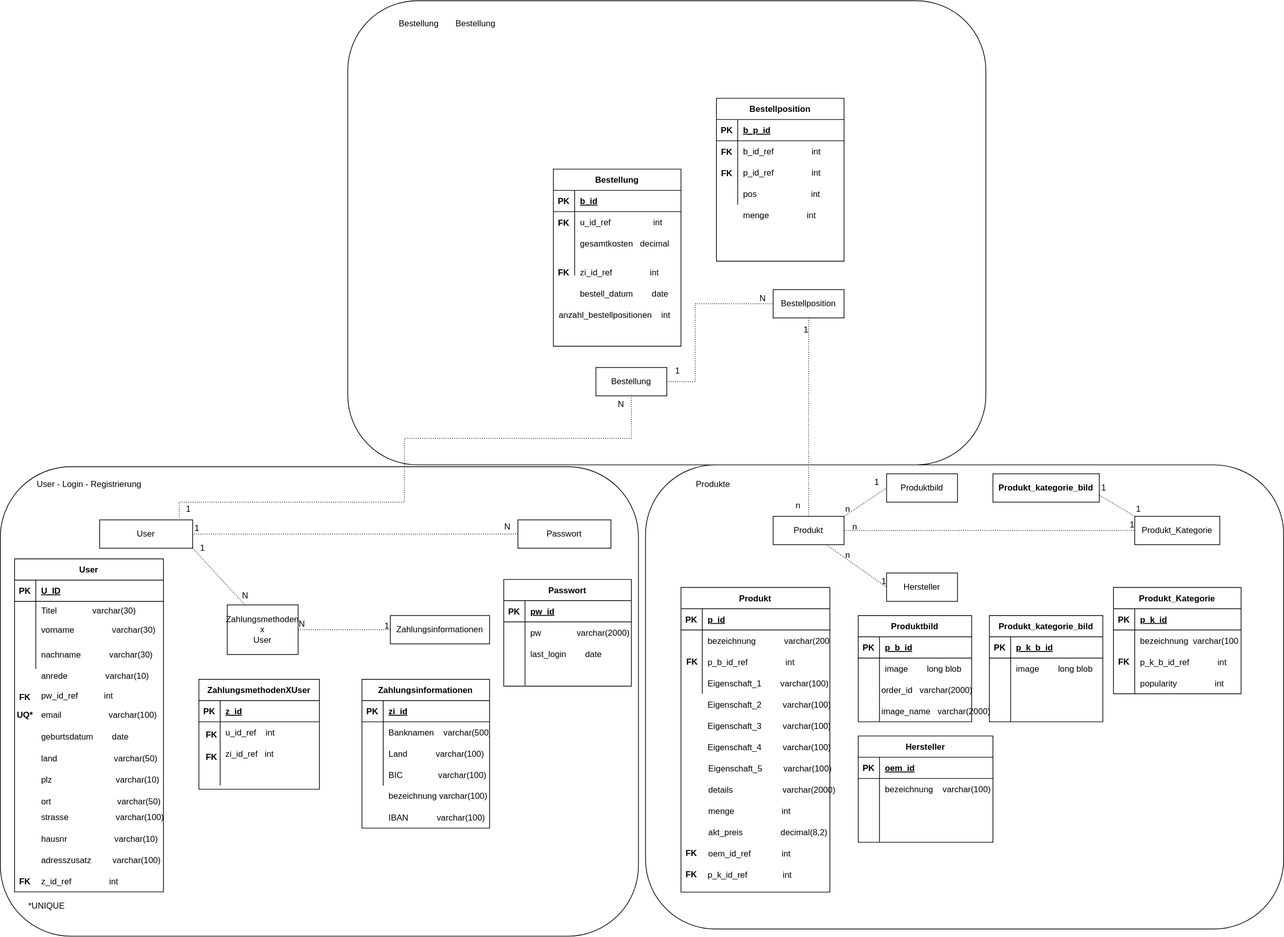
Above: sql/ER-Modell.drawio.svg in Projektarbeiten/ProjectPlatypus (draw.io), before the change. Source tidied: cells renumbered, new cells last; positions are measured from the earlier drawing's top-left corner, leaving out a move shared by most shapes.
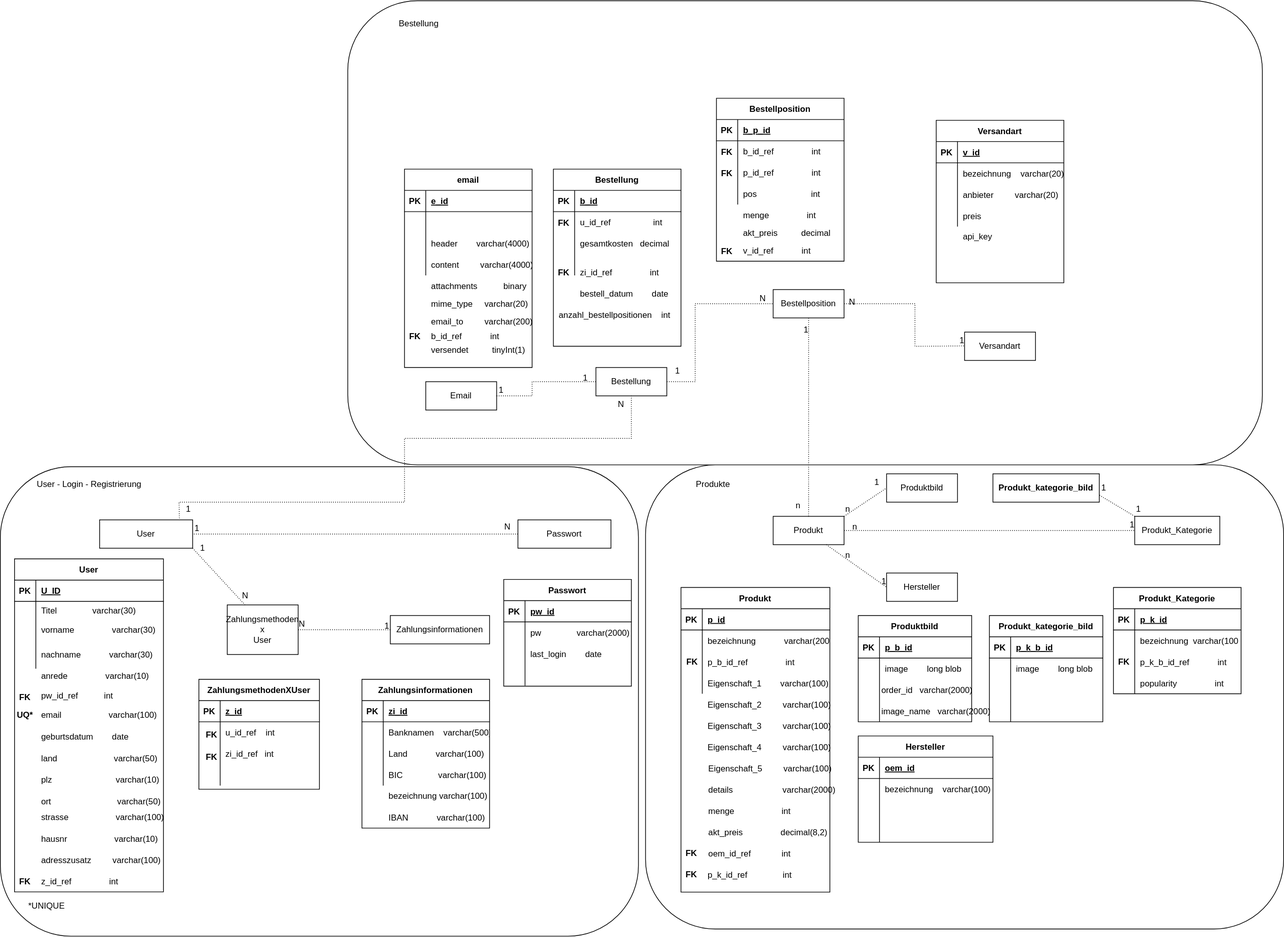
Later version of the same file.

Commit message:
Versandarten und Email Tabelle hinzugefügt

Diff of the diagram source:
```diff
@@ -555,7 +555,7 @@
       <mxGeometry x="970" y="668" width="70" height="30" as="geometry" />
     </mxCell>
     <mxCell id="182" style="rounded=1;whiteSpace=wrap;html=1;" parent="1" vertex="1">
-      <mxGeometry x="490" y="0.4" width="900" height="655" as="geometry" />
+      <mxGeometry x="490" y="0.4" width="1290" height="655" as="geometry" />
     </mxCell>
     <mxCell id="183" value="Bestellung" style="whiteSpace=wrap;html=1;align=center;" parent="1" vertex="1">
       <mxGeometry x="840" y="518" width="100" height="40" as="geometry" />
@@ -726,9 +726,6 @@
     <mxCell id="232" value="Bestellung" style="text;html=1;align=center;verticalAlign=middle;strokeColor=none;fillColor=none;" parent="1" vertex="1">
       <mxGeometry x="550" y="18" width="80" height="30" as="geometry" />
     </mxCell>
-    <mxCell id="233" value="Bestellung" style="text;html=1;align=center;verticalAlign=middle;strokeColor=none;fillColor=none;" parent="1" vertex="1">
-      <mxGeometry x="630" y="18" width="80" height="30" as="geometry" />
-    </mxCell>
     <mxCell id="234" style="shape=tableRow;horizontal=0;startSize=0;swimlaneHead=0;swimlaneBody=0;fillColor=none;top=0;left=0;right=0;bottom=0;" parent="1" vertex="1">
       <mxGeometry x="510" y="1138" width="180" height="30" as="geometry" />
     </mxCell>
@@ -744,5 +741,158 @@
     <mxCell id="238" value="image_name   varchar(2000)" style="shape=partialRectangle;fillColor=none;top=0;left=0;bottom=0;right=0;align=left;spacingLeft=6;overflow=hidden;" parent="1" vertex="1">
       <mxGeometry x="1235" y="988" width="165" height="30" as="geometry" />
     </mxCell>
+    <mxCell id="239" style="group;" parent="1" vertex="1">
+      <mxGeometry x="1320" y="169.1" width="180" height="229.3" as="geometry" />
+    </mxCell>
+    <mxCell id="240" value="Versandart" style="shape=table;startSize=30;rowLines=0;fontStyle=1;align=center;" parent="239" vertex="1">
+      <mxGeometry width="180" height="229.3" as="geometry" />
+    </mxCell>
+    <mxCell id="241" style="shape=tableRow;horizontal=0;startSize=0;swimlaneHead=0;swimlaneBody=0;fillColor=none;top=0;left=0;right=0;bottom=1;" parent="240" vertex="1">
+      <mxGeometry y="30" width="180" height="30" as="geometry" />
+    </mxCell>
+    <mxCell id="242" value="PK" style="shape=partialRectangle;fillColor=none;top=0;left=0;bottom=0;right=0;fontStyle=1;overflow=hidden;" parent="241" vertex="1">
+      <mxGeometry width="30" height="30" as="geometry" />
+    </mxCell>
+    <mxCell id="243" value="v_id" style="shape=partialRectangle;fillColor=none;top=0;left=0;bottom=0;right=0;align=left;spacingLeft=6;fontStyle=5;overflow=hidden;" parent="241" vertex="1">
+      <mxGeometry x="30" width="150" height="30" as="geometry" />
+    </mxCell>
+    <mxCell id="244" style="shape=tableRow;horizontal=0;startSize=0;swimlaneHead=0;swimlaneBody=0;fillColor=none;top=0;left=0;right=0;bottom=0;" parent="240" vertex="1">
+      <mxGeometry y="60" width="180" height="30" as="geometry" />
+    </mxCell>
+    <mxCell id="245" style="shape=partialRectangle;fillColor=none;top=0;left=0;bottom=0;right=0;overflow=hidden;" parent="244" vertex="1">
+      <mxGeometry width="30" height="30" as="geometry" />
+    </mxCell>
+    <mxCell id="246" value="bezeichnung    varchar(20)" style="shape=partialRectangle;fillColor=none;top=0;left=0;bottom=0;right=0;align=left;spacingLeft=6;overflow=hidden;" parent="244" vertex="1">
+      <mxGeometry x="30" width="150" height="30" as="geometry" />
+    </mxCell>
+    <mxCell id="247" style="shape=tableRow;horizontal=0;startSize=0;swimlaneHead=0;swimlaneBody=0;fillColor=none;top=0;left=0;right=0;bottom=0;" parent="240" vertex="1">
+      <mxGeometry y="90" width="180" height="30" as="geometry" />
+    </mxCell>
+    <mxCell id="248" style="shape=partialRectangle;fillColor=none;top=0;left=0;bottom=0;right=0;overflow=hidden;" parent="247" vertex="1">
+      <mxGeometry width="30" height="30" as="geometry" />
+    </mxCell>
+    <mxCell id="249" value="anbieter         varchar(20)" style="shape=partialRectangle;fillColor=none;top=0;left=0;bottom=0;right=0;align=left;spacingLeft=6;overflow=hidden;" parent="247" vertex="1">
+      <mxGeometry x="30" width="150" height="30" as="geometry" />
+    </mxCell>
+    <mxCell id="250" style="shape=tableRow;horizontal=0;startSize=0;swimlaneHead=0;swimlaneBody=0;fillColor=none;top=0;left=0;right=0;bottom=0;" parent="240" vertex="1">
+      <mxGeometry y="120" width="180" height="30" as="geometry" />
+    </mxCell>
+    <mxCell id="251" style="shape=partialRectangle;fillColor=none;top=0;left=0;bottom=0;right=0;overflow=hidden;" parent="250" vertex="1">
+      <mxGeometry width="30" height="30" as="geometry" />
+    </mxCell>
+    <mxCell id="252" value="preis            " style="shape=partialRectangle;fillColor=none;top=0;left=0;bottom=0;right=0;align=left;spacingLeft=6;overflow=hidden;" parent="250" vertex="1">
+      <mxGeometry x="30" width="150" height="30" as="geometry" />
+    </mxCell>
+    <mxCell id="253" value="api_key" style="shape=partialRectangle;fillColor=none;top=0;left=0;bottom=0;right=0;align=left;spacingLeft=6;overflow=hidden;" parent="239" vertex="1">
+      <mxGeometry x="30" y="148.9" width="150" height="30" as="geometry" />
+    </mxCell>
+    <mxCell id="254" value="v_id_ref            int" style="shape=partialRectangle;fillColor=none;top=0;left=0;bottom=0;right=0;align=left;spacingLeft=6;overflow=hidden;" parent="1" vertex="1">
+      <mxGeometry x="1040" y="338" width="150" height="30" as="geometry" />
+    </mxCell>
+    <mxCell id="255" value="Versandart" style="whiteSpace=wrap;html=1;align=center;" parent="1" vertex="1">
+      <mxGeometry x="1360" y="468" width="100" height="40" as="geometry" />
+    </mxCell>
+    <mxCell id="256" style="endArrow=none;html=1;rounded=0;dashed=1;dashPattern=1 2;exitX=1;exitY=0.5;exitDx=0;exitDy=0;" parent="1" edge="1" source="184">
+      <mxGeometry relative="1" as="geometry">
+        <mxPoint x="1360" y="487.5" as="targetPoint" />
+        <Array as="points">
+          <mxPoint x="1290" y="428" />
+          <mxPoint x="1290" y="488" />
+        </Array>
+      </mxGeometry>
+    </mxCell>
+    <mxCell id="257" value="1" style="html=1;align=right;verticalAlign=bottom;" parent="256" vertex="1">
+      <mxGeometry x="1" relative="1" as="geometry" />
+    </mxCell>
+    <mxCell id="258" value="N" style="html=1;align=right;verticalAlign=bottom;" parent="1" vertex="1">
+      <mxGeometry x="1090" y="439" as="geometry">
+        <mxPoint x="116" y="-5" as="offset" />
+      </mxGeometry>
+    </mxCell>
+    <mxCell id="259" value="akt_preis          decimal" style="shape=partialRectangle;fillColor=none;top=0;left=0;bottom=0;right=0;align=left;spacingLeft=6;overflow=hidden;" parent="1" vertex="1">
+      <mxGeometry x="1040" y="312.9" width="150" height="30" as="geometry" />
+    </mxCell>
+    <mxCell id="260" value="FK" style="shape=partialRectangle;fillColor=none;top=0;left=0;bottom=0;right=0;fontStyle=1;overflow=hidden;" parent="1" vertex="1">
+      <mxGeometry x="1010" y="338" width="30" height="30.4" as="geometry" />
+    </mxCell>
+    <mxCell id="261" value="email" style="shape=table;startSize=30;rowLines=0;fontStyle=1;align=center;" parent="1" vertex="1">
+      <mxGeometry x="570" y="238" width="180" height="280" as="geometry" />
+    </mxCell>
+    <mxCell id="262" style="shape=tableRow;horizontal=0;startSize=0;swimlaneHead=0;swimlaneBody=0;fillColor=none;top=0;left=0;right=0;bottom=1;" parent="261" vertex="1">
+      <mxGeometry y="30" width="180" height="30" as="geometry" />
+    </mxCell>
+    <mxCell id="263" value="PK" style="shape=partialRectangle;fillColor=none;top=0;left=0;bottom=0;right=0;fontStyle=1;overflow=hidden;" parent="262" vertex="1">
+      <mxGeometry width="30" height="30" as="geometry" />
+    </mxCell>
+    <mxCell id="264" value="e_id" style="shape=partialRectangle;fillColor=none;top=0;left=0;bottom=0;right=0;align=left;spacingLeft=6;fontStyle=5;overflow=hidden;" parent="262" vertex="1">
+      <mxGeometry x="30" width="150" height="30" as="geometry" />
+    </mxCell>
+    <mxCell id="265" style="shape=tableRow;horizontal=0;startSize=0;swimlaneHead=0;swimlaneBody=0;fillColor=none;top=0;left=0;right=0;bottom=0;" parent="261" vertex="1">
+      <mxGeometry y="60" width="180" height="30" as="geometry" />
+    </mxCell>
+    <mxCell id="266" style="shape=partialRectangle;fillColor=none;top=0;left=0;bottom=0;right=0;overflow=hidden;" parent="265" vertex="1">
+      <mxGeometry width="30" height="30" as="geometry" />
+    </mxCell>
+    <mxCell id="267" style="shape=partialRectangle;fillColor=none;top=0;left=0;bottom=0;right=0;align=left;spacingLeft=6;overflow=hidden;" parent="265" vertex="1">
+      <mxGeometry x="30" width="150" height="30" as="geometry" />
+    </mxCell>
+    <mxCell id="268" style="shape=tableRow;horizontal=0;startSize=0;swimlaneHead=0;swimlaneBody=0;fillColor=none;top=0;left=0;right=0;bottom=0;" parent="261" vertex="1">
+      <mxGeometry y="90" width="180" height="30" as="geometry" />
+    </mxCell>
+    <mxCell id="269" style="shape=partialRectangle;fillColor=none;top=0;left=0;bottom=0;right=0;overflow=hidden;" parent="268" vertex="1">
+      <mxGeometry width="30" height="30" as="geometry" />
+    </mxCell>
+    <mxCell id="270" value="header        varchar(4000)" style="shape=partialRectangle;fillColor=none;top=0;left=0;bottom=0;right=0;align=left;spacingLeft=6;overflow=hidden;" parent="268" vertex="1">
+      <mxGeometry x="30" width="150" height="30" as="geometry" />
+    </mxCell>
+    <mxCell id="271" style="shape=tableRow;horizontal=0;startSize=0;swimlaneHead=0;swimlaneBody=0;fillColor=none;top=0;left=0;right=0;bottom=0;" parent="261" vertex="1">
+      <mxGeometry y="120" width="180" height="30" as="geometry" />
+    </mxCell>
+    <mxCell id="272" style="shape=partialRectangle;fillColor=none;top=0;left=0;bottom=0;right=0;overflow=hidden;" parent="271" vertex="1">
+      <mxGeometry width="30" height="30" as="geometry" />
+    </mxCell>
+    <mxCell id="273" style="shape=partialRectangle;fillColor=none;top=0;left=0;bottom=0;right=0;align=left;spacingLeft=6;overflow=hidden;" parent="271" vertex="1">
+      <mxGeometry x="30" width="150" height="30" as="geometry" />
+    </mxCell>
+    <mxCell id="274" value="content         varchar(4000)" style="shape=partialRectangle;fillColor=none;top=0;left=0;bottom=0;right=0;align=left;spacingLeft=6;overflow=hidden;" parent="1" vertex="1">
+      <mxGeometry x="600" y="358" width="150" height="30" as="geometry" />
+    </mxCell>
+    <mxCell id="275" value="attachments           binary" style="shape=partialRectangle;fillColor=none;top=0;left=0;bottom=0;right=0;align=left;spacingLeft=6;overflow=hidden;" parent="1" vertex="1">
+      <mxGeometry x="600" y="388" width="150" height="30" as="geometry" />
+    </mxCell>
+    <mxCell id="276" value="mime_type     varchar(20)" style="shape=partialRectangle;fillColor=none;top=0;left=0;bottom=0;right=0;align=left;spacingLeft=6;overflow=hidden;" parent="1" vertex="1">
+      <mxGeometry x="600" y="413" width="150" height="30" as="geometry" />
+    </mxCell>
+    <mxCell id="277" value="email_to         varchar(200)" style="shape=partialRectangle;fillColor=none;top=0;left=0;bottom=0;right=0;align=left;spacingLeft=6;overflow=hidden;" parent="1" vertex="1">
+      <mxGeometry x="600" y="438" width="150" height="30" as="geometry" />
+    </mxCell>
+    <mxCell id="278" value="b_id_ref            int" style="shape=partialRectangle;fillColor=none;top=0;left=0;bottom=0;right=0;align=left;spacingLeft=6;overflow=hidden;" parent="1" vertex="1">
+      <mxGeometry x="600" y="458.4" width="150" height="30" as="geometry" />
+    </mxCell>
+    <mxCell id="279" value="versendet          tinyInt(1)" style="shape=partialRectangle;fillColor=none;top=0;left=0;bottom=0;right=0;align=left;spacingLeft=6;overflow=hidden;" parent="1" vertex="1">
+      <mxGeometry x="600" y="478" width="150" height="30" as="geometry" />
+    </mxCell>
+    <mxCell id="280" value="FK" style="shape=partialRectangle;fillColor=none;top=0;left=0;bottom=0;right=0;fontStyle=1;overflow=hidden;" parent="1" vertex="1">
+      <mxGeometry x="570" y="458" width="30" height="30.4" as="geometry" />
+    </mxCell>
+    <mxCell id="281" value="Email" style="whiteSpace=wrap;html=1;align=center;" parent="1" vertex="1">
+      <mxGeometry x="600" y="538" width="100" height="40" as="geometry" />
+    </mxCell>
+    <mxCell id="282" style="endArrow=none;html=1;rounded=0;dashed=1;dashPattern=1 2;exitX=0;exitY=0.5;exitDx=0;exitDy=0;entryX=1;entryY=0.5;entryDx=0;entryDy=0;" parent="1" edge="1" source="183" target="281">
+      <mxGeometry relative="1" as="geometry">
+        <Array as="points">
+          <mxPoint x="750" y="538" />
+          <mxPoint x="750" y="558" />
+        </Array>
+      </mxGeometry>
+    </mxCell>
+    <mxCell id="283" value="1" style="html=1;align=right;verticalAlign=bottom;" parent="282" vertex="1">
+      <mxGeometry x="1" relative="1" as="geometry">
+        <mxPoint x="10" as="offset" />
+      </mxGeometry>
+    </mxCell>
+    <mxCell id="284" value="1" style="text;html=1;align=center;verticalAlign=middle;strokeColor=none;fillColor=none;" parent="1" vertex="1">
+      <mxGeometry x="810" y="518" width="30" height="30" as="geometry" />
+    </mxCell>
   </root>
 </mxGraphModel>
```
